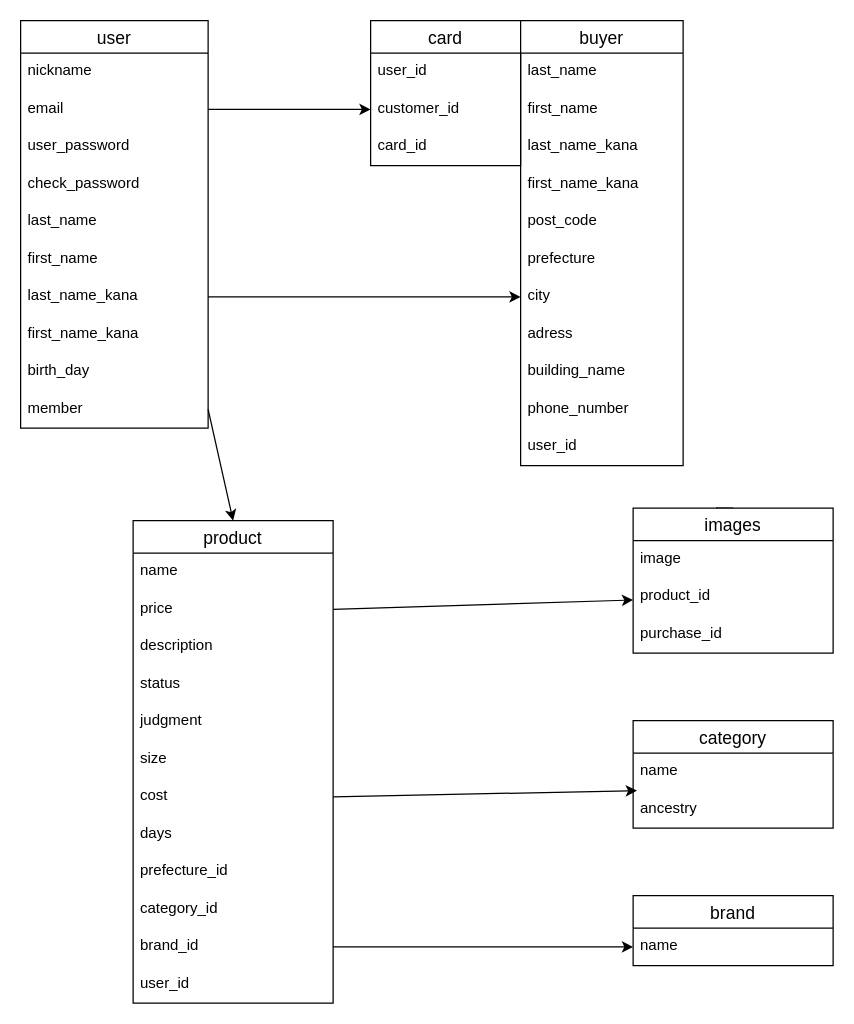
This is ER.dio from Takamiti-58/furima-32130, a draw.io file, before an edit. Source tidied: cells renumbered, new cells numbered last; positions are measured from the earlier drawing's top-left corner, leaving out a move shared by most shapes. Both pictures are drawn from the tidied source at 125%, with x=0, y=0 at pixel (20, 20).
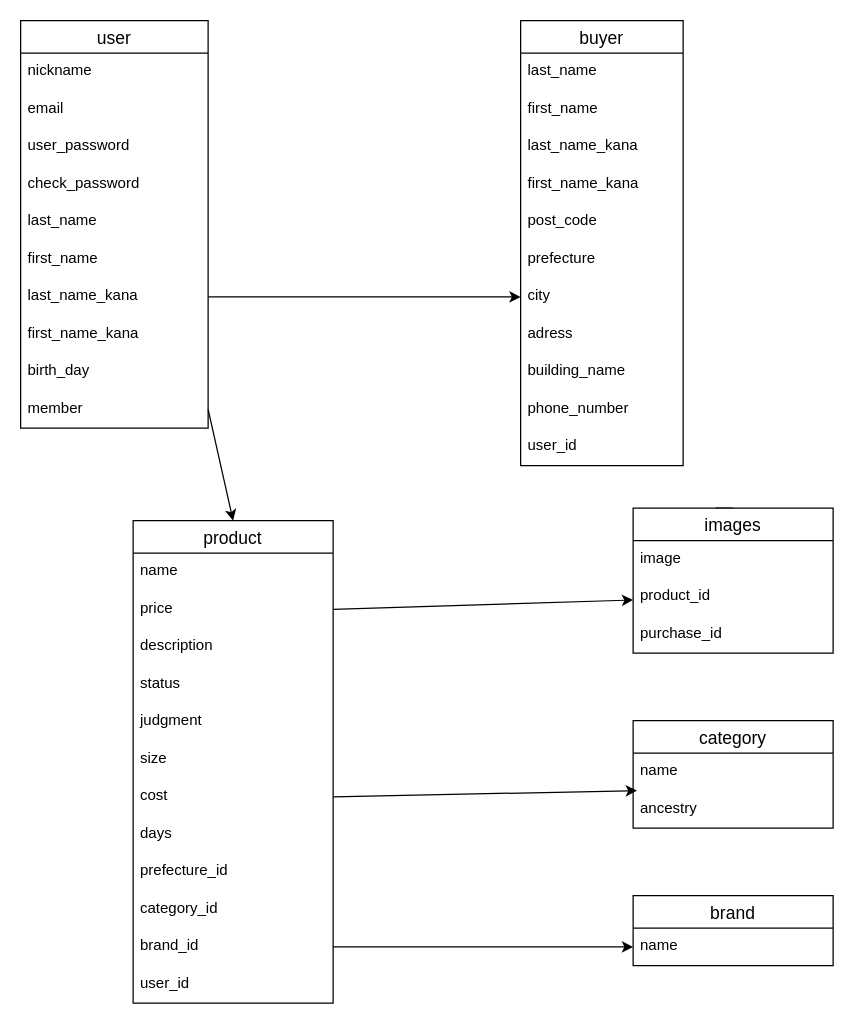
After the change.

Commit message (it also covers changes not shown here):
テーブル設計修正後

Unchanged cells that the change refers to:
```xml
<mxCell id="4" value="email" style="text;strokeColor=none;fillColor=none;spacingLeft=4;spacingRight=4;overflow=hidden;points=[[0,0.5],[1,0.5]];portConstraint=eastwest;fontSize=12;" parent="2" vertex="1">
  <mxGeometry y="56" width="150" height="30" as="geometry" />
</mxCell>
```

What changed in the source:
```diff
@@
-    <mxCell id="13" value="card" style="swimlane;fontStyle=0;horizontal=1;startSize=26;align=center;fontSize=14;" parent="1" vertex="1">
-      <mxGeometry x="280" width="120" height="116" as="geometry" />
-    </mxCell>
-    <mxCell id="14" value="user_id" style="text;strokeColor=none;fillColor=none;spacingLeft=4;spacingRight=4;overflow=hidden;fontSize=12;" parent="13" vertex="1">
-      <mxGeometry y="26" width="120" height="30" as="geometry" />
-    </mxCell>
-    <mxCell id="15" value="customer_id" style="text;strokeColor=none;fillColor=none;spacingLeft=4;spacingRight=4;overflow=hidden;points=[[0,0.5],[1,0.5]];portConstraint=eastwest;fontSize=12;" parent="13" vertex="1">
-      <mxGeometry y="56" width="120" height="30" as="geometry" />
-    </mxCell>
-    <mxCell id="16" value="card_id" style="text;strokeColor=none;fillColor=none;spacingLeft=4;spacingRight=4;overflow=hidden;fontSize=12;" parent="13" vertex="1">
-      <mxGeometry y="86" width="120" height="30" as="geometry" />
-    </mxCell>
@@
-    <mxCell id="52" style="edgeStyle=none;rounded=0;jettySize=auto;html=1;exitX=1;exitY=0.5;exitDx=0;exitDy=0;entryX=0;entryY=0.5;entryDx=0;entryDy=0;" parent="1" edge="1" source="4" target="15">
-      <mxGeometry relative="1" as="geometry" />
-    </mxCell>
```
